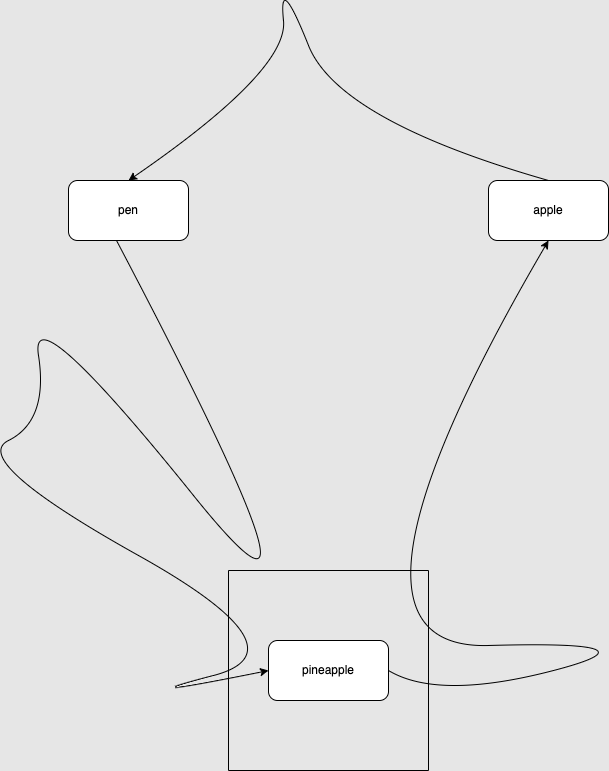
Above: ppap.drawio.png in yoshihito-tatano/drowio-test (draw.io), before the change. Source tidied: cells renumbered, new cells last; positions are measured from the earlier drawing's top-left corner, leaving out a move shared by most shapes.
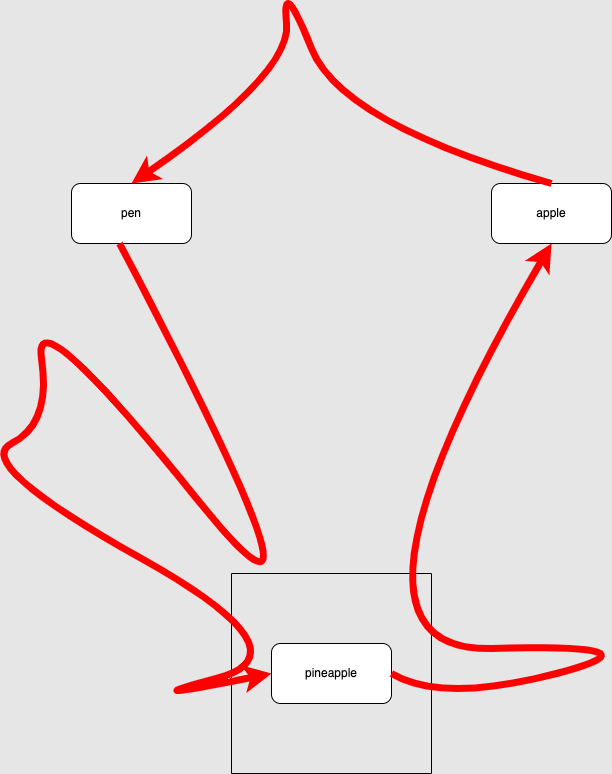
Later version of the same file.

What changed in the source:
```diff
@@ -11,10 +11,10 @@
     <mxCell id="4" value="pen" style="rounded=1;whiteSpace=wrap;html=1;" parent="1" vertex="1">
       <mxGeometry x="100" y="210" width="120" height="60" as="geometry" />
     </mxCell>
-    <mxCell id="5" style="swimlane;startSize=0;" parent="1" vertex="1">
+    <mxCell id="5" style="swimlane;startSize=0;strokeColor=#000000;" parent="1" vertex="1">
       <mxGeometry x="260" y="600" width="200" height="200" as="geometry" />
     </mxCell>
-    <mxCell id="6" style="curved=1;endArrow=classic;html=1;rounded=0;exitX=0.4;exitY=1;exitDx=0;exitDy=0;exitPerimeter=0;entryX=0;entryY=0.5;entryDx=0;entryDy=0;" parent="1" edge="1" source="4" target="2">
+    <mxCell id="6" style="curved=1;endArrow=classic;html=1;rounded=0;exitX=0.4;exitY=1;exitDx=0;exitDy=0;exitPerimeter=0;entryX=0;entryY=0.5;entryDx=0;entryDy=0;strokeWidth=7;strokeColor=#FF0000;" parent="1" edge="1" source="4" target="2">
       <mxGeometry relative="1" as="geometry">
         <Array as="points">
           <mxPoint x="390" y="730" />
@@ -26,7 +26,7 @@
         </Array>
       </mxGeometry>
     </mxCell>
-    <mxCell id="7" style="curved=1;endArrow=classic;html=1;rounded=0;entryX=0.5;entryY=1;entryDx=0;entryDy=0;exitX=1;exitY=0.5;exitDx=0;exitDy=0;" parent="1" edge="1" source="2" target="3">
+    <mxCell id="7" style="curved=1;endArrow=classic;html=1;rounded=0;entryX=0.5;entryY=1;entryDx=0;entryDy=0;exitX=1;exitY=0.5;exitDx=0;exitDy=0;strokeWidth=7;strokeColor=#FF0000;" parent="1" edge="1" source="2" target="3">
       <mxGeometry relative="1" as="geometry">
         <Array as="points">
           <mxPoint x="470" y="730" />
@@ -35,7 +35,7 @@
         </Array>
       </mxGeometry>
     </mxCell>
-    <mxCell id="8" style="curved=1;endArrow=classic;html=1;rounded=0;exitX=0.5;exitY=0;exitDx=0;exitDy=0;entryX=0.5;entryY=0;entryDx=0;entryDy=0;" parent="1" edge="1" source="3" target="4">
+    <mxCell id="8" style="curved=1;endArrow=classic;html=1;rounded=0;exitX=0.5;exitY=0;exitDx=0;exitDy=0;entryX=0.5;entryY=0;entryDx=0;entryDy=0;strokeWidth=7;strokeColor=#FF0000;" parent="1" edge="1" source="3" target="4">
       <mxGeometry relative="1" as="geometry">
         <Array as="points">
           <mxPoint x="370" y="150" />
```
